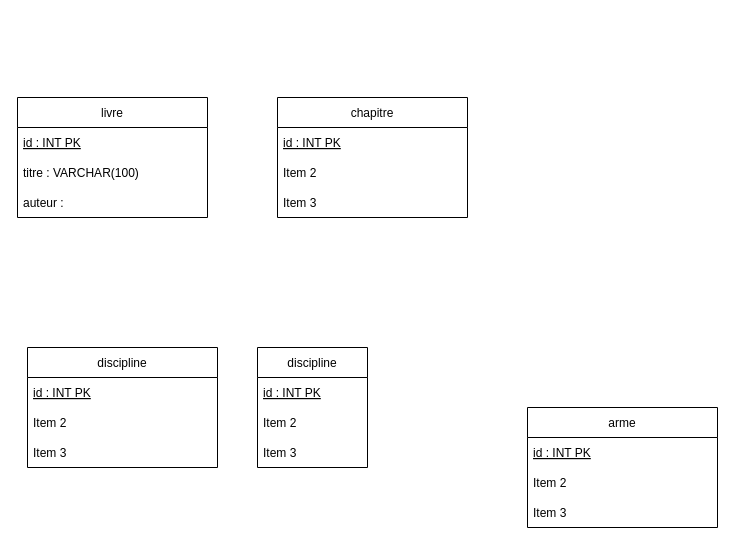
Above: Diagramme de classe du TP.drawio in 2132555-guyollotclement/clementguyollot_francispayan_projet (draw.io), before the change. Source tidied: cells renumbered, new cells numbered last; positions are measured from the earlier drawing's top-left corner, leaving out a move shared by most shapes. Both pictures are drawn from the tidied source at 100%, with x=0, y=0 at pixel (17, 97).
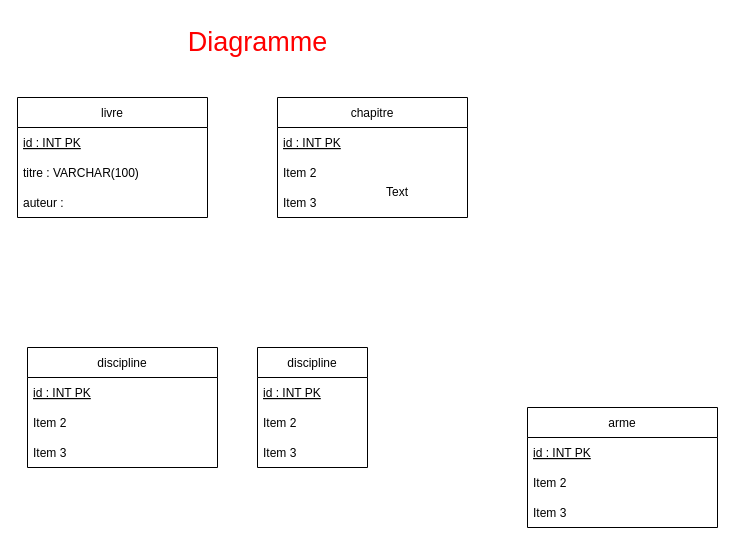
Above is the later version.

Commit message (it also covers changes not shown here):
Modif titre diagramme

Change to the diagram source:
```diff
@@
+    <mxCell id="22" value="Text" style="text;html=1;strokeColor=none;fillColor=none;align=center;verticalAlign=middle;whiteSpace=wrap;rounded=0;" parent="1" vertex="1">
+      <mxGeometry x="350" y="80" width="60" height="30" as="geometry" />
+    </mxCell>
+    <mxCell id="23" value="&lt;font color=&quot;#ff0000&quot; style=&quot;font-size: 27px;&quot;&gt;Diagramme&lt;/font&gt;" style="text;html=1;align=center;verticalAlign=middle;strokeColor=none;fillColor=none;" parent="1" vertex="1">
+      <mxGeometry x="160" y="-80" width="160" height="50" as="geometry" />
+    </mxCell>
```
